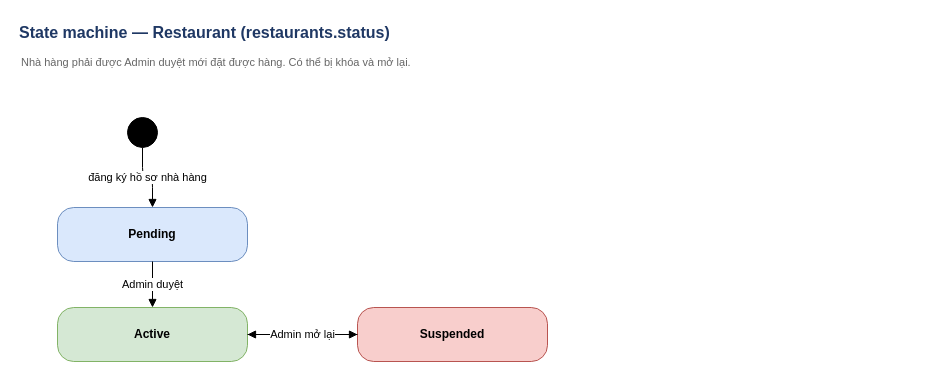
Earlier version of the draw.io diagram page "03 - Restaurant" (3 of 12) of docs/02B-state-machine-diagrams.drawio (fix-later/freshflow-backend). Source tidied: cells renumbered, new cells numbered last; positions are measured from the earlier drawing's top-left corner, leaving out a move shared by most shapes. Both pictures are drawn from the tidied source at 100%, with x=0, y=0 at pixel (17, 17).
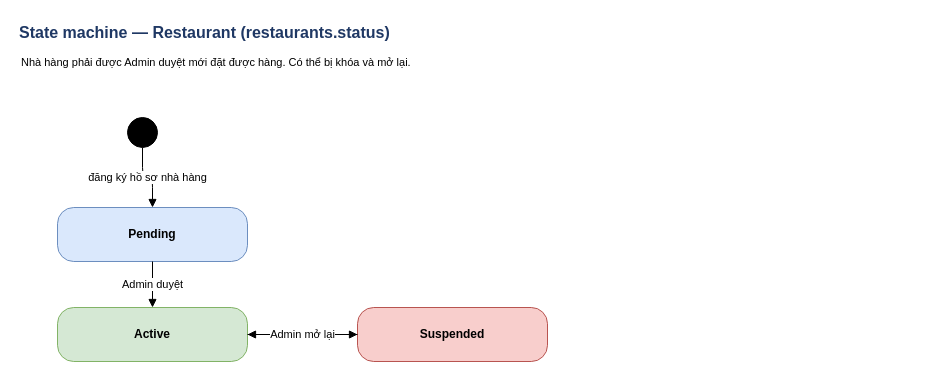
The same diagram, later.

What changed in the source:
```diff
@@
 <mxGraphModel>
   <root>
     <mxCell id="0" />
     <mxCell id="1" parent="0" />
     <mxCell id="2" value="State machine — Restaurant (restaurants.status)" style="text;html=1;align=left;verticalAlign=middle;fontSize=16;fontStyle=1;fontColor=#1f3864;" parent="1" vertex="1">
       <mxGeometry width="760" height="30" as="geometry" />
     </mxCell>
-    <mxCell id="3" value="Nhà hàng phải được Admin duyệt mới đặt được hàng. Có thể bị khóa và mở lại." style="text;html=1;align=left;verticalAlign=top;fontSize=11;fontColor=#666666;spacing=4;" parent="1" vertex="1">
+    <mxCell id="3" value="Nhà hàng phải được Admin duyệt mới đặt được hàng. Có thể bị khóa và mở lại." style="text;html=1;align=left;verticalAlign=top;fontSize=11;spacing=4;" parent="1" vertex="1">
       <mxGeometry y="30" width="900" height="40" as="geometry" />
     </mxCell>
     <mxCell id="4" style="ellipse;html=1;fillColor=#000000;strokeColor=#000000;" parent="1" vertex="1">
       <mxGeometry x="110" y="100" width="30" height="30" as="geometry" />
     </mxCell>
     <mxCell id="5" value="Pending" style="rounded=1;whiteSpace=wrap;html=1;arcSize=30;fillColor=#dae8fc;strokeColor=#6c8ebf;fontSize=12;fontStyle=1;" parent="1" vertex="1">
       <mxGeometry x="40" y="190" width="190" height="54" as="geometry" />
     </mxCell>
     <mxCell id="6" value="Active" style="rounded=1;whiteSpace=wrap;html=1;arcSize=30;fillColor=#d5e8d4;strokeColor=#82b366;fontSize=12;fontStyle=1;" parent="1" vertex="1">
       <mxGeometry x="40" y="290" width="190" height="54" as="geometry" />
     </mxCell>
     <mxCell id="7" value="Suspended" style="rounded=1;whiteSpace=wrap;html=1;arcSize=30;fillColor=#f8cecc;strokeColor=#b85450;fontSize=12;fontStyle=1;" parent="1" vertex="1">
       <mxGeometry x="340" y="290" width="190" height="54" as="geometry" />
     </mxCell>
     <mxCell id="8" value="đăng ký hồ sơ nhà hàng" style="edgeStyle=orthogonalEdgeStyle;rounded=1;html=1;endArrow=block;fontSize=11;labelBackgroundColor=#ffffff;jettySize=auto;" parent="1" edge="1" source="4" target="5">
       <mxGeometry relative="1" as="geometry" />
     </mxCell>
     <mxCell id="9" value="Admin duyệt" style="edgeStyle=orthogonalEdgeStyle;rounded=1;html=1;endArrow=block;fontSize=11;labelBackgroundColor=#ffffff;jettySize=auto;" parent="1" edge="1" source="5" target="6">
       <mxGeometry relative="1" as="geometry" />
     </mxCell>
     <mxCell id="10" value="Admin khóa" style="edgeStyle=orthogonalEdgeStyle;rounded=1;html=1;endArrow=block;fontSize=11;labelBackgroundColor=#ffffff;jettySize=auto;" parent="1" edge="1" source="6" target="7">
       <mxGeometry relative="1" as="geometry" />
     </mxCell>
     <mxCell id="11" value="Admin mở lại" style="edgeStyle=orthogonalEdgeStyle;rounded=1;html=1;endArrow=block;fontSize=11;labelBackgroundColor=#ffffff;jettySize=auto;" parent="1" edge="1" source="7" target="6">
       <mxGeometry relative="1" as="geometry" />
     </mxCell>
   </root>
 </mxGraphModel>
```
